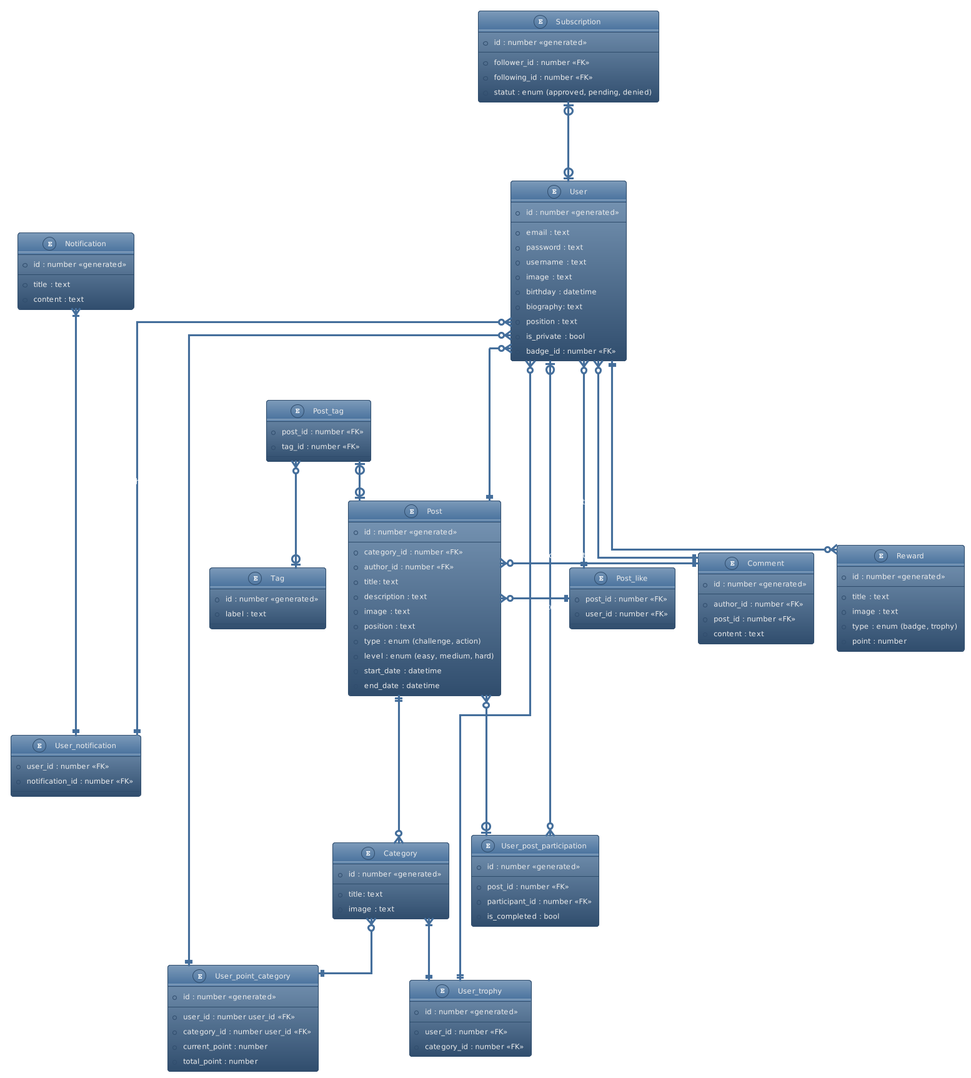
Above: conception/diagrams/entity_relation/entity_relation_join_tables_color.png in Eco-Gest/Frontend-Flutter (PlantUML), before the change.
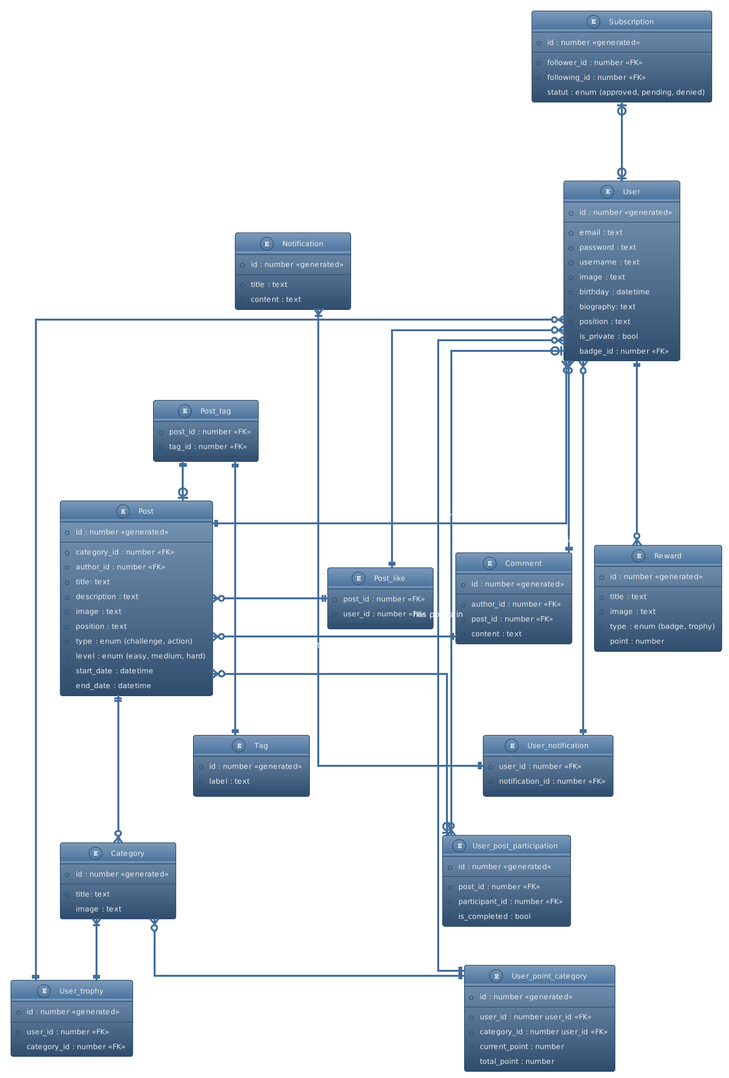
After the commit.

Commit message:
update diagrams after feedbacks

Diff of the diagram source:
```diff
@@ -132,6 +132,6 @@
 u }o--|| ut : has
 cat }|--|| ut : has
 cat }o--|| upc : has
-ptag }o--o| tag
-ptag |o--o| p
+ptag ||---|| tag
+ptag ||--o| p
 @enduml
```
